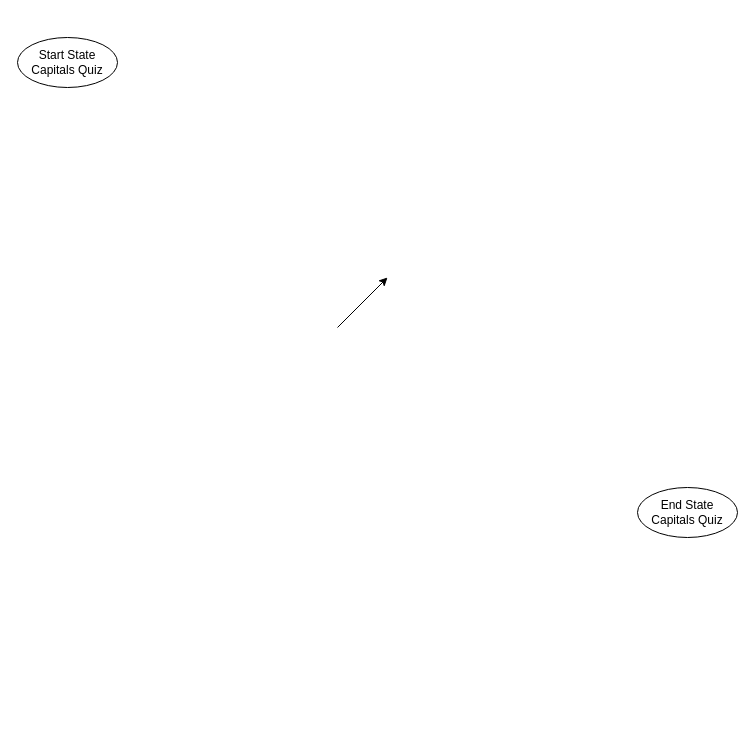
The draw.io diagram PracticeFlowchart.drawio in basselin2/IntroToPythonLCC, before the edit. Source tidied: cells renumbered, new cells numbered last; positions are measured from the earlier drawing's top-left corner, leaving out a move shared by most shapes. Both pictures are drawn from the tidied source at 100%, with x=0, y=0 at pixel (17, 37).
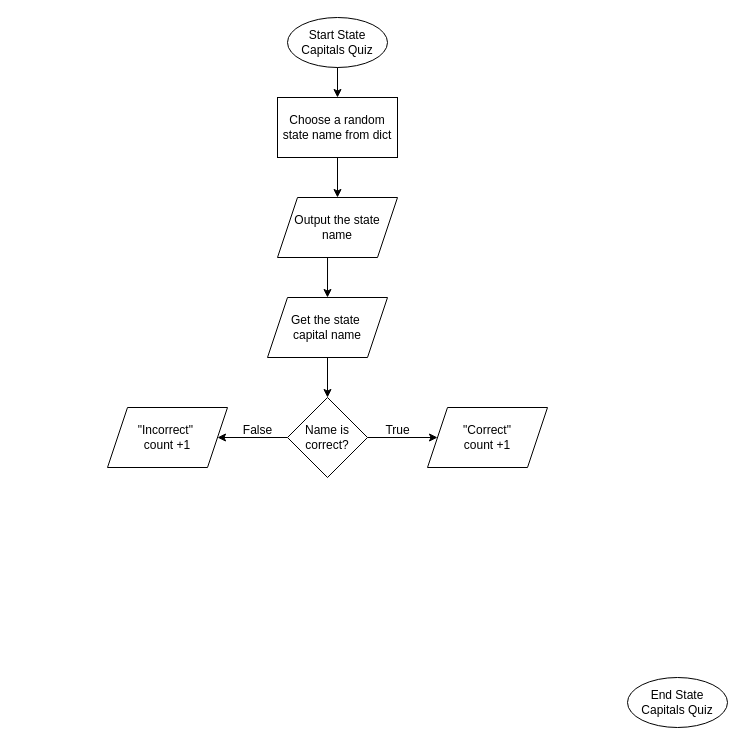
The same page after the edit.

Change to the diagram source:
```diff
@@
 <mxGraphModel>
   <root>
     <mxCell id="0" />
     <mxCell id="1" parent="0" />
     <mxCell id="2" value="Start State Capitals Quiz" style="ellipse;whiteSpace=wrap;html=1;" parent="1" vertex="1">
-      <mxGeometry width="100" height="50" as="geometry" />
+      <mxGeometry x="270" y="-20" width="100" height="50" as="geometry" />
     </mxCell>
-    <mxCell id="3" style="endArrow=classic;html=1;rounded=0;" parent="1" edge="1">
-      <mxGeometry relative="1" as="geometry">
-        <mxPoint x="320" y="290" as="sourcePoint" />
-        <mxPoint x="370" y="240" as="targetPoint" />
-      </mxGeometry>
+    <mxCell id="3" style="endArrow=classic;html=1;rounded=0;exitX=0.5;exitY=1;exitDx=0;exitDy=0;entryX=0.5;entryY=0;entryDx=0;entryDy=0;" parent="1" edge="1" source="2" target="6">
+      <mxGeometry relative="1" as="geometry" />
     </mxCell>
     <mxCell id="4" value="End State Capitals Quiz" style="ellipse;whiteSpace=wrap;html=1;" parent="1" vertex="1">
-      <mxGeometry x="620" y="450" width="100" height="50" as="geometry" />
+      <mxGeometry x="610" y="640" width="100" height="50" as="geometry" />
     </mxCell>
+    <mxCell id="5" value="Output the state name" style="shape=parallelogram;perimeter=parallelogramPerimeter;whiteSpace=wrap;html=1;fixedSize=1;" parent="1" vertex="1">
+      <mxGeometry x="260" y="160" width="120" height="60" as="geometry" />
+    </mxCell>
+    <mxCell id="6" value="Choose a random state name from dict" style="rounded=0;whiteSpace=wrap;html=1;" parent="1" vertex="1">
+      <mxGeometry x="260" y="60" width="120" height="60" as="geometry" />
+    </mxCell>
+    <mxCell id="7" style="endArrow=classic;html=1;rounded=0;exitX=0.5;exitY=1;exitDx=0;exitDy=0;entryX=0.5;entryY=0;entryDx=0;entryDy=0;" parent="1" edge="1" source="6" target="5">
+      <mxGeometry relative="1" as="geometry" />
+    </mxCell>
+    <mxCell id="8" value="Get the state&amp;nbsp;&lt;div&gt;capital name&lt;/div&gt;" style="shape=parallelogram;perimeter=parallelogramPerimeter;whiteSpace=wrap;html=1;fixedSize=1;" parent="1" vertex="1">
+      <mxGeometry x="250" y="260" width="120" height="60" as="geometry" />
+    </mxCell>
+    <mxCell id="9" style="endArrow=classic;html=1;rounded=0;exitX=0.417;exitY=1;exitDx=0;exitDy=0;entryX=0.5;entryY=0;entryDx=0;entryDy=0;exitPerimeter=0;" parent="1" edge="1" source="5" target="8">
+      <mxGeometry relative="1" as="geometry" />
+    </mxCell>
+    <mxCell id="10" style="edgeStyle=orthogonalEdgeStyle;rounded=0;jettySize=auto;html=1;" parent="1" edge="1" source="12" target="13">
+      <mxGeometry relative="1" as="geometry" />
+    </mxCell>
+    <mxCell id="11" style="edgeStyle=orthogonalEdgeStyle;rounded=0;jettySize=auto;html=1;" parent="1" edge="1" source="12" target="15">
+      <mxGeometry relative="1" as="geometry" />
+    </mxCell>
+    <mxCell id="12" value="Name is correct?" style="rhombus;whiteSpace=wrap;html=1;" parent="1" vertex="1">
+      <mxGeometry x="270" y="360" width="80" height="80" as="geometry" />
+    </mxCell>
+    <mxCell id="13" value="&quot;Correct&quot;&lt;div&gt;count +1&lt;/div&gt;" style="shape=parallelogram;perimeter=parallelogramPerimeter;whiteSpace=wrap;html=1;fixedSize=1;" parent="1" vertex="1">
+      <mxGeometry x="410" y="370" width="120" height="60" as="geometry" />
+    </mxCell>
+    <mxCell id="14" value="True" style="text;html=1;align=center;verticalAlign=middle;strokeColor=none;fillColor=none;" parent="1" vertex="1">
+      <mxGeometry x="355" y="378" width="50" height="30" as="geometry" />
+    </mxCell>
+    <mxCell id="15" value="&quot;Incorrect&quot;&amp;nbsp;&lt;div&gt;count +1&lt;/div&gt;" style="shape=parallelogram;perimeter=parallelogramPerimeter;whiteSpace=wrap;html=1;fixedSize=1;" parent="1" vertex="1">
+      <mxGeometry x="90" y="370" width="120" height="60" as="geometry" />
+    </mxCell>
+    <mxCell id="16" value="False" style="text;html=1;align=center;verticalAlign=middle;strokeColor=none;fillColor=none;" parent="1" vertex="1">
+      <mxGeometry x="215" y="378" width="50" height="30" as="geometry" />
+    </mxCell>
+    <mxCell id="17" style="endArrow=classic;html=1;rounded=0;exitX=0.5;exitY=1;exitDx=0;exitDy=0;entryX=0.5;entryY=0;entryDx=0;entryDy=0;" parent="1" edge="1" source="8" target="12">
+      <mxGeometry relative="1" as="geometry" />
+    </mxCell>
   </root>
 </mxGraphModel>
```
